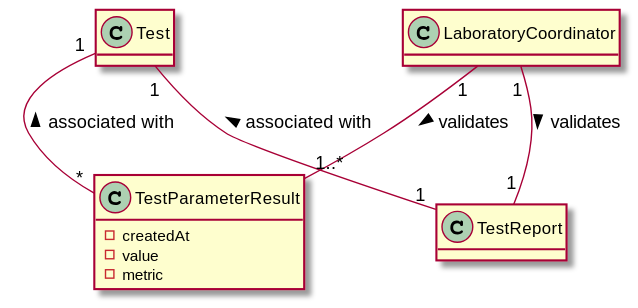
This is docs/SprintC/US15/US15_MD.svg from MarianaCLages/LAPR2, a PlantUML export, as it was before one commit. Source of this version:
```plantuml
@startuml
hide methods


class Test{
}

class TestParameterResult{
-createdAt
-value
-metric
}

class TestReport{
}

class LaboratoryCoordinator{
}


Test "1" -- "*" TestParameterResult: associated with <
Test "1" -- "1" TestReport: associated with <
LaboratoryCoordinator "1" -- "1" TestReport: validates >
LaboratoryCoordinator "1" -- "1..*" TestParameterResult: validates >


@enduml
```
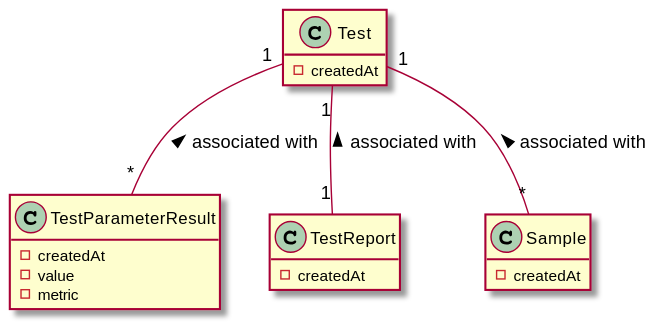
Above is the later version.

Diff of the diagram source:
```diff
@@ -3,6 +3,7 @@
 
 
 class Test{
+-createdAt
 }
 
 class TestParameterResult{
@@ -11,17 +12,21 @@
 -metric
 }
 
+
 class TestReport{
-}
-
-class LaboratoryCoordinator{
+-createdAt
 }
 
 
+
+class Sample{
+-createdAt
+}
+
+Test "1" -- "*" Sample: associated with <
 Test "1" -- "*" TestParameterResult: associated with <
 Test "1" -- "1" TestReport: associated with <
-LaboratoryCoordinator "1" -- "1" TestReport: validates >
-LaboratoryCoordinator "1" -- "1..*" TestParameterResult: validates >
+
 
 
 @enduml
```
